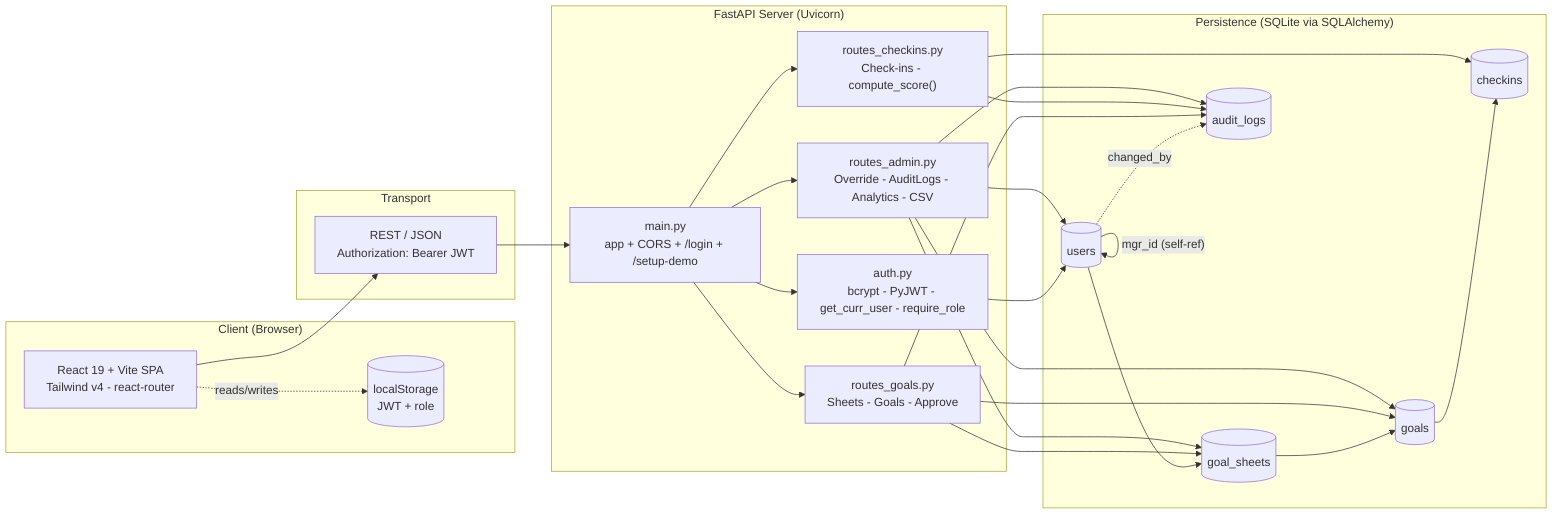
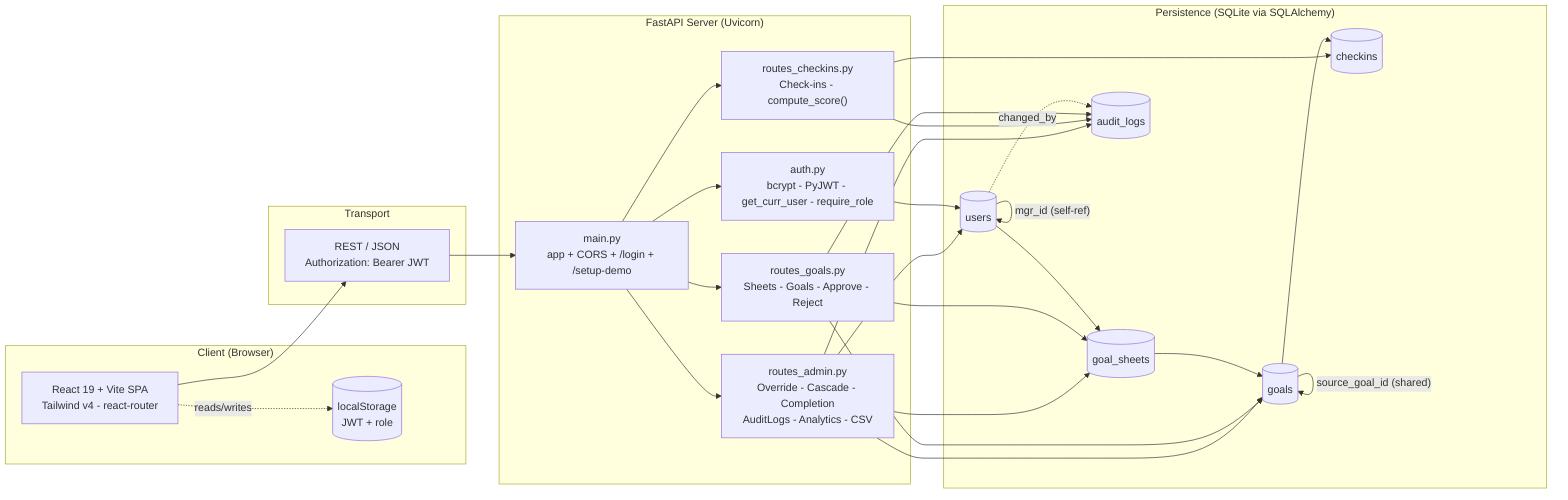
flowchart LR
    subgraph CLIENT["Client (Browser)"]
        REACT["React 19 + Vite SPA<br/>Tailwind v4 - react-router"]
        AUTH_STORE[("localStorage<br/>JWT + role")]
        REACT -. reads/writes .-> AUTH_STORE
    end

    subgraph TRANSPORT["Transport"]
        REST["REST / JSON<br/>Authorization: Bearer JWT"]
    end

    subgraph SERVER["FastAPI Server (Uvicorn)"]
        MAIN["main.py<br/>app + CORS + /login + /setup-demo"]
        AUTH["auth.py<br/>bcrypt - PyJWT - get_curr_user - require_role"]
-         R_GOALS["routes_goals.py<br/>Sheets - Goals - Approve"]
+         R_GOALS["routes_goals.py<br/>Sheets - Goals - Approve - Reject"]
        R_CHK["routes_checkins.py<br/>Check-ins - compute_score()"]
-         R_ADMIN["routes_admin.py<br/>Override - AuditLogs - Analytics - CSV"]
+         R_ADMIN["routes_admin.py<br/>Override - Cascade - Completion<br/>AuditLogs - Analytics - CSV"]
        MAIN --> AUTH
        MAIN --> R_GOALS
        MAIN --> R_CHK
        MAIN --> R_ADMIN
    end

    subgraph DATA["Persistence (SQLite via SQLAlchemy)"]
        T_USER[("users")]
        T_SHEET[("goal_sheets")]
        T_GOAL[("goals")]
        T_CHK[("checkins")]
        T_AUDIT[("audit_logs")]
        T_USER -- "mgr_id (self-ref)" --> T_USER
        T_USER --> T_SHEET
        T_SHEET --> T_GOAL
        T_GOAL --> T_CHK
+         T_GOAL -- "source_goal_id (shared)" --> T_GOAL
        T_USER -. "changed_by" .-> T_AUDIT
    end

    REACT --> REST
    REST --> MAIN
    AUTH --> T_USER
    R_GOALS --> T_SHEET
    R_GOALS --> T_GOAL
    R_GOALS --> T_AUDIT
    R_CHK --> T_CHK
    R_CHK --> T_AUDIT
    R_ADMIN --> T_GOAL
    R_ADMIN --> T_SHEET
    R_ADMIN --> T_USER
    R_ADMIN --> T_AUDIT
